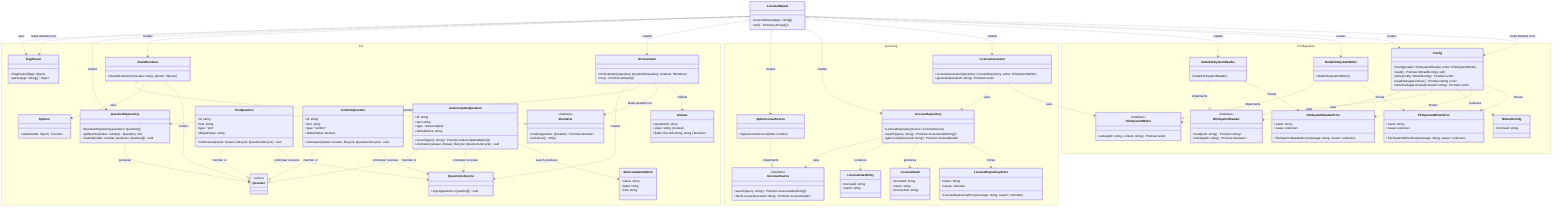
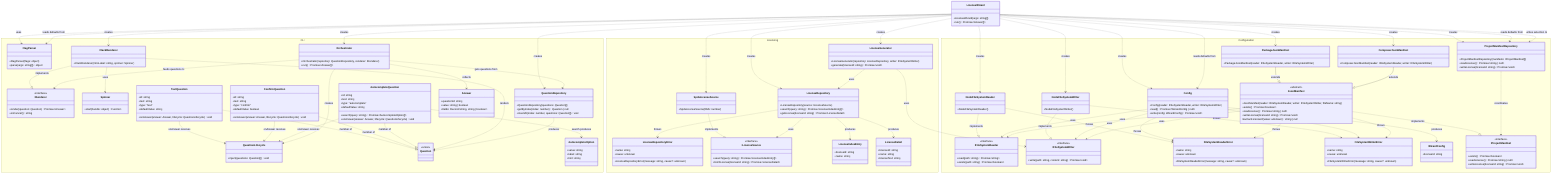
classDiagram
  direction TB

  class LicenseWizard {
    +LicenseWizard(args: string[])
    +run() Promise~Answer[]~
  }

  namespace CLI {
    class FlagParser {
      +FlagParser(flags: object)
      +parse(args: string[]) object
    }

    class Orchestrator {
      +Orchestrator(repository: QuestionRepository, renderer: IRenderer)
      +run() Promise~Answer[]~
    }

    class IRenderer {
      <<interface>>
      +render(question: Question) Promise~Answer~
      +onCancel() string
    }

    class ClackRenderer {
      +ClackRenderer(introLabel: string, spinner: Spinner)
    }

    class Spinner {
      +start(handle: object) Function
    }

    class QuestionRepository {
      +QuestionRepository(questions: Question[])
      +getByIndex(index: number) Question | null
      +insertAt(index: number, questions: Question[]) void
    }

    class QuestionLifecycle {
      +inject(questions: Question[]) void
    }

    class Question {
      <<union>>
    }

    class TextQuestion {
      +id: string
      +text: string
      +type: "text"
      +defaultValue: string
      +onAnswer(answer: Answer, lifecycle: QuestionLifecycle) void
    }

    class ConfirmQuestion {
      +id: string
      +text: string
      +type: "confirm"
      +defaultValue: boolean
      +onAnswer(answer: Answer, lifecycle: QuestionLifecycle) void
    }

    class AutocompleteQuestion {
      +id: string
      +text: string
      +type: "autocomplete"
      +defaultValue: string
      +search(query: string) Promise~AutocompleteOption[]~
      +onAnswer(answer: Answer, lifecycle: QuestionLifecycle) void
    }

    class AutocompleteOption {
      +value: string
      +label: string
      +hint: string
    }

    class Answer {
      +questionId: string
      +value: string | boolean
      +fields: Record~string, string | boolean~
    }
  }

  namespace Licensing {
    class LicenseRepository {
      +LicenseRepository(source: ILicenseSource)
      +search(query: string) Promise~LicenseIndexEntry[]~
      +getLicense(licenseId: string) Promise~LicenseDetail~
    }

    class LicenseRepositoryError {
      +name: string
      +cause: unknown
      +LicenseRepositoryError(message: string, cause?: unknown)
    }

    class ILicenseSource {
      <<interface>>
      +search(query: string) Promise~LicenseIndexEntry[]~
      +fetchLicense(licenseId: string) Promise~LicenseDetail~
    }

    class SpdxLicenseSource {
      +SpdxLicenseSource(ttlMs: number)
    }

    class LicenseIndexEntry {
      +licenseId: string
      +name: string
    }

    class LicenseDetail {
      +licenseId: string
      +name: string
      +licenseText: string
    }

    class LicenseGenerator {
      +LicenseGenerator(repository: LicenseRepository, writer: IFileSystemWriter)
      +generate(licenseId: string) Promise~void~
    }
  }

  namespace Configuration {
    class IFileSystemReader {
      <<interface>>
      +read(path: string) Promise~string~
      +exists(path: string) Promise~boolean~
    }

    class IFileSystemWriter {
      <<interface>>
      +write(path: string, content: string) Promise~void~
    }

    class NodeFileSystemReader {
      +NodeFileSystemReader()
    }

    class NodeFileSystemWriter {
      +NodeFileSystemWriter()
    }

    class FileSystemReaderError {
      +name: string
      +cause: unknown
      +FileSystemReaderError(message: string, cause?: unknown)
    }

    class FileSystemWriterError {
      +name: string
      +cause: unknown
      +FileSystemWriterError(message: string, cause?: unknown)
    }

    class WizardConfig {
      +licenseId: string
    }

    class Config {
      +Config(reader: IFileSystemReader, writer: IFileSystemWriter)
      +read() Promise~WizardConfig | null~
      +write(config: WizardConfig) Promise~void~
-       +readPackageLicense() Promise~string | null~
-       +writePackageLicense(licenseId: string) Promise~void~
+     }
+ 
+     class IProjectManifest {
+       <<interface>>
+       +exists() Promise~boolean~
+       +readLicense() Promise~string | null~
+       +writeLicense(licenseId: string) Promise~void~
+     }
+ 
+     class JsonManifest {
+       <<abstract>>
+       +JsonManifest(reader: IFileSystemReader, writer: IFileSystemWriter, fileName: string)
+       +exists() Promise~boolean~
+       +readLicense() Promise~string | null~
+       +writeLicense(licenseId: string) Promise~void~
+       #extractLicenseId(value: unknown)* string | null
+     }
+ 
+     class PackageJsonManifest {
+       +PackageJsonManifest(reader: IFileSystemReader, writer: IFileSystemWriter)
+     }
+ 
+     class ComposerJsonManifest {
+       +ComposerJsonManifest(reader: IFileSystemReader, writer: IFileSystemWriter)
+     }
+ 
+     class ProjectManifestRepository {
+       +ProjectManifestRepository(manifests: IProjectManifest[])
+       +readLicense() Promise~string | null~
+       +writeLicense(licenseId: string) Promise~void~
    }
  }

  TextQuestion ..|> Question : member of
  ConfirmQuestion ..|> Question : member of
  AutocompleteQuestion ..|> Question : member of
  TextQuestion ..> QuestionLifecycle : onAnswer receives
  ConfirmQuestion ..> QuestionLifecycle : onAnswer receives
  AutocompleteQuestion ..> QuestionLifecycle : onAnswer receives
  Orchestrator ..> QuestionLifecycle : creates
  ClackRenderer ..|> IRenderer : implements
  ClackRenderer ..> Spinner : uses
  LicenseWizard ..> FlagParser : uses
  LicenseWizard ..> FlagParser : reads defaults from
  LicenseWizard ..> QuestionRepository : creates
  LicenseWizard ..> ClackRenderer : creates
  LicenseWizard ..> Orchestrator : creates
  LicenseWizard ..> SpdxLicenseSource : creates
  LicenseWizard ..> LicenseRepository : creates
  LicenseWizard ..> LicenseGenerator : creates
  Orchestrator ..> QuestionRepository : gets questions from
  Orchestrator ..> IRenderer : feeds questions to
  ClackRenderer ..> Question : renders
  QuestionRepository ..> Question : produces
  AutocompleteQuestion ..> AutocompleteOption : search produces
  Orchestrator ..> Answer : collects
  SpdxLicenseSource ..|> ILicenseSource : implements
  LicenseRepository ..> ILicenseSource : uses
  LicenseRepository ..> LicenseIndexEntry : produces
  LicenseRepository ..> LicenseDetail : produces
  LicenseRepository ..> LicenseRepositoryError : throws
  LicenseGenerator ..> LicenseRepository : uses
  LicenseGenerator ..> IFileSystemWriter : uses
  NodeFileSystemReader ..|> IFileSystemReader : implements
  NodeFileSystemWriter ..|> IFileSystemWriter : implements
  NodeFileSystemReader ..> FileSystemReaderError : throws
  NodeFileSystemWriter ..> FileSystemWriterError : throws
  Config ..> IFileSystemReader : uses
  Config ..> IFileSystemWriter : uses
  Config ..> WizardConfig : produces
  Config ..> FileSystemReaderError : throws
  Config ..> FileSystemWriterError : throws
+   JsonManifest ..|> IProjectManifest : implements
+   PackageJsonManifest --|> JsonManifest : extends
+   ComposerJsonManifest --|> JsonManifest : extends
+   JsonManifest ..> IFileSystemReader : uses
+   JsonManifest ..> IFileSystemWriter : uses
+   JsonManifest ..> FileSystemReaderError : throws
+   JsonManifest ..> FileSystemWriterError : throws
+   ProjectManifestRepository ..> IProjectManifest : coordinates
  LicenseWizard ..> NodeFileSystemReader : creates
  LicenseWizard ..> NodeFileSystemWriter : creates
  LicenseWizard ..> Config : creates
  LicenseWizard ..> Config : reads defaults from
+   LicenseWizard ..> PackageJsonManifest : creates
+   LicenseWizard ..> ComposerJsonManifest : creates
+   LicenseWizard ..> ProjectManifestRepository : creates
+   LicenseWizard ..> ProjectManifestRepository : reads defaults from
+   LicenseWizard ..> ProjectManifestRepository : writes selection to
